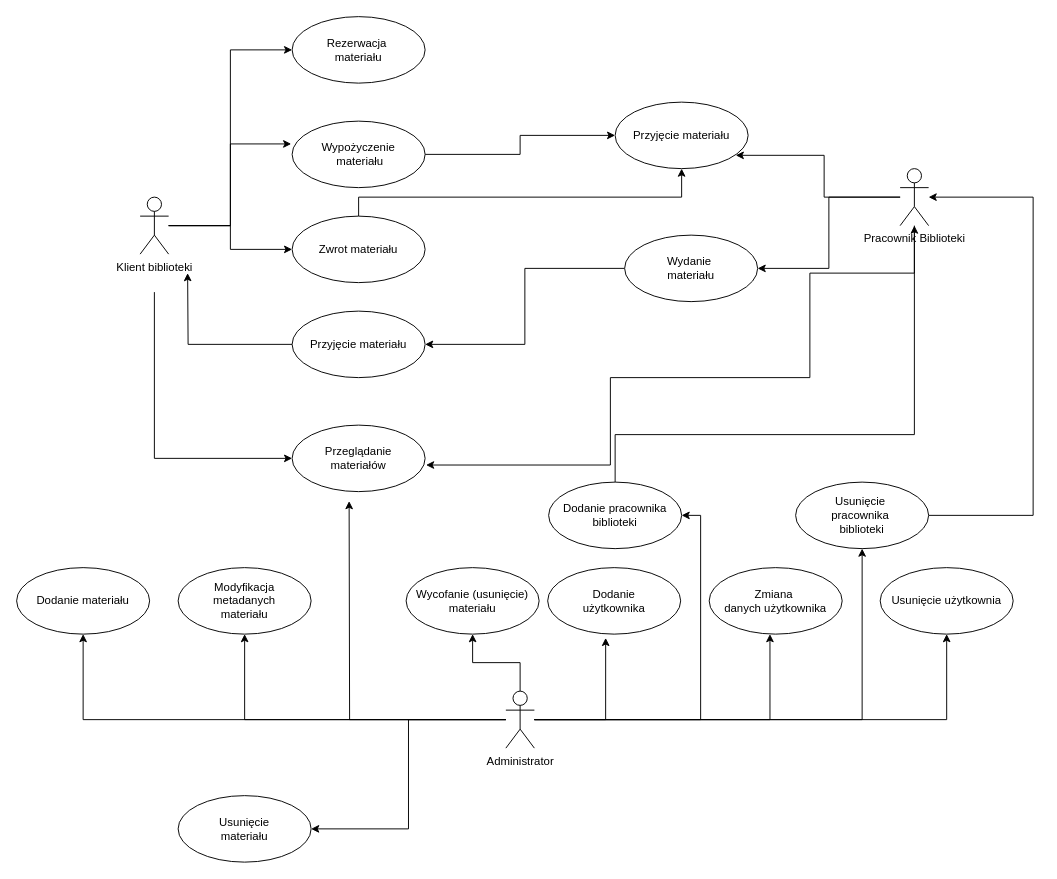
The draw.io diagram Untitled Diagram.drawio in mrogur/inz_opr, before the edit. Source tidied: cells renumbered, new cells numbered last; positions are measured from the earlier drawing's top-left corner, leaving out a move shared by most shapes. Both pictures are drawn from the tidied source at 95%, with x=0, y=0 at pixel (16, 16).
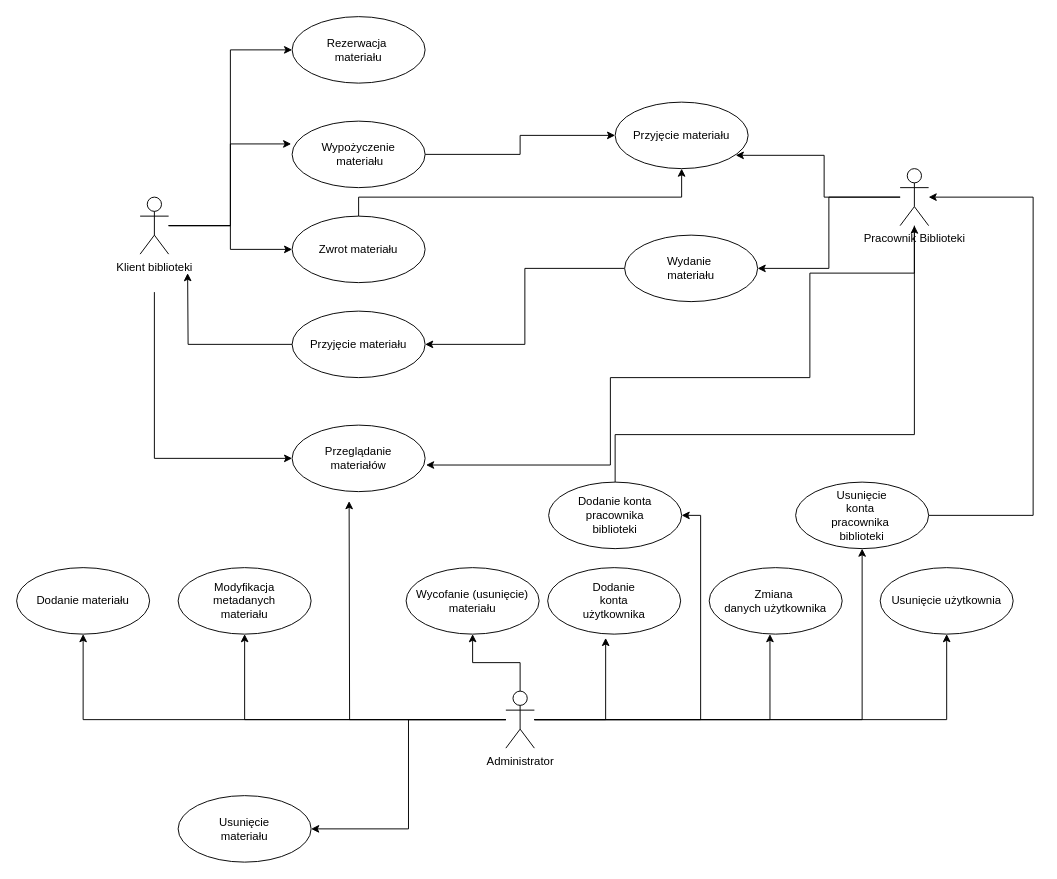
After the change.

Commit message:
diagram finaldrawio

Change to the diagram source:
```diff
@@
-    <mxCell id="29" value="Dodanie&lt;br&gt;użytkownika" style="ellipse;whiteSpace=wrap;html=1;" parent="1" vertex="1">
+    <mxCell id="29" value="Dodanie&lt;br&gt;konta&lt;br&gt;użytkownika" style="ellipse;whiteSpace=wrap;html=1;" parent="1" vertex="1">
       <mxGeometry x="559" y="580" width="140" height="70" as="geometry" />
     </mxCell>
@@
-    <mxCell id="40" value="Dodanie pracownika&lt;br&gt;biblioteki" style="ellipse;whiteSpace=wrap;html=1;" parent="1" vertex="1">
+    <mxCell id="40" value="Dodanie konta pracownika&lt;br&gt;biblioteki" style="ellipse;whiteSpace=wrap;html=1;" parent="1" vertex="1">
       <mxGeometry x="560" y="490" width="140" height="70" as="geometry" />
     </mxCell>
@@
-    <mxCell id="42" value="Usunięcie&amp;nbsp;&lt;br&gt;pracownika&amp;nbsp;&lt;br&gt;biblioteki" style="ellipse;whiteSpace=wrap;html=1;" parent="1" vertex="1">
+    <mxCell id="42" value="Usunięcie&lt;br&gt;konta&amp;nbsp;&lt;br&gt;pracownika&amp;nbsp;&lt;br&gt;biblioteki" style="ellipse;whiteSpace=wrap;html=1;" parent="1" vertex="1">
       <mxGeometry x="820" y="490" width="140" height="70" as="geometry" />
     </mxCell>
```
